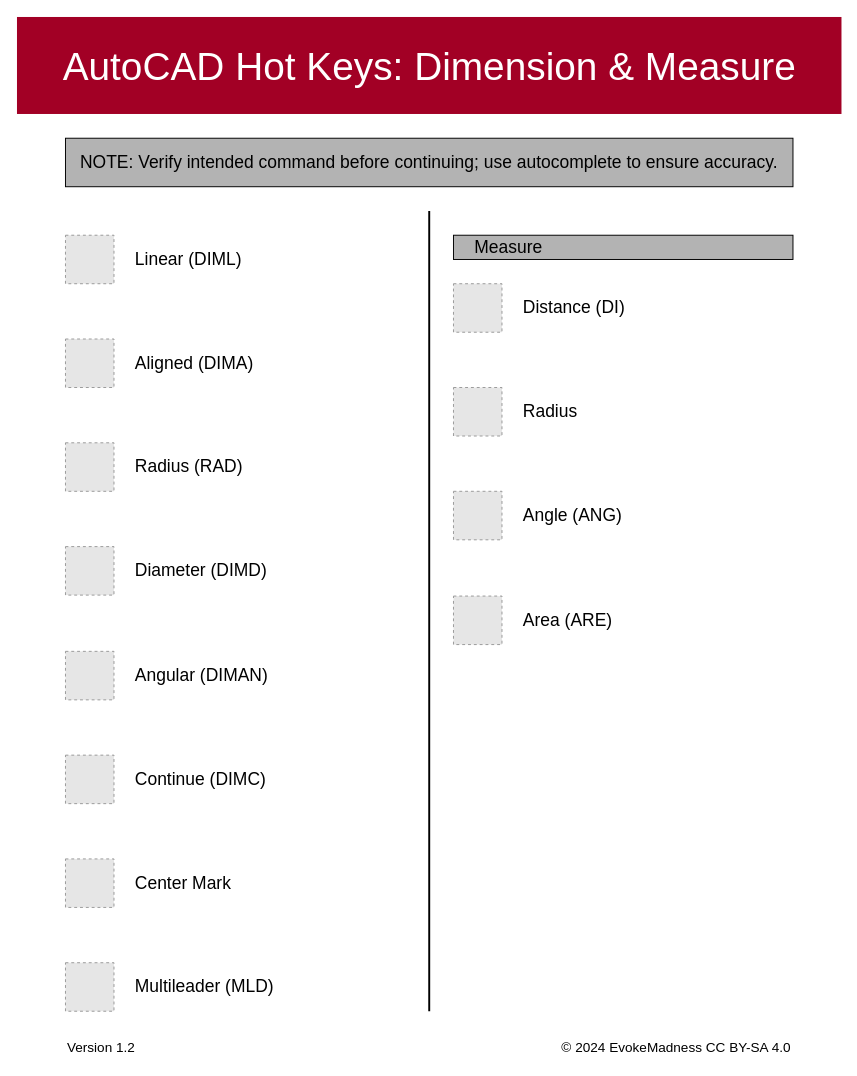
Above: page "Dimension" (3 of 4) of src/drawio/autoCAD-hot-keys.drawio in EvokeMadness/AutoCAD-hot-keys (draw.io), before the change. Source tidied: cells renumbered, new cells numbered last; positions are measured from the earlier drawing's top-left corner, leaving out a move shared by most shapes. Both pictures are drawn from the tidied source at 97%, with x=0, y=0 at pixel (16, 16). Pictures stored in the file or linked from it are replaced by grey dashed boxes.
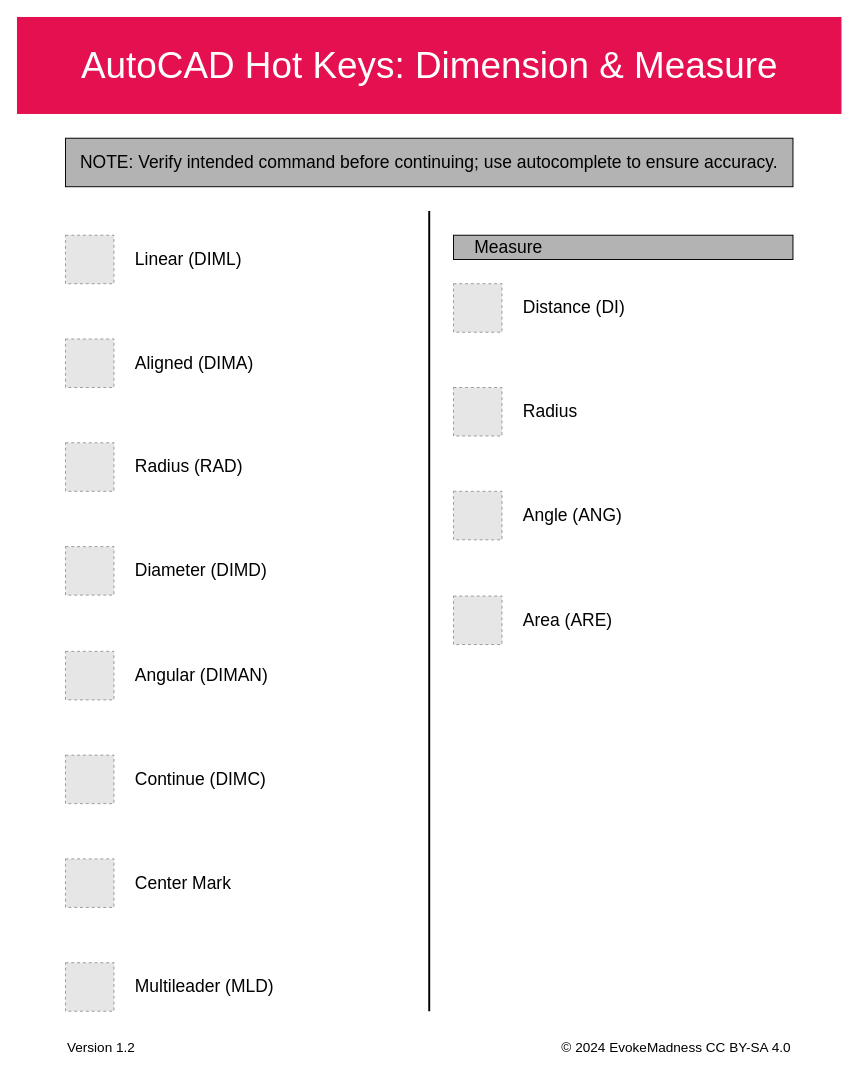
Above is the later version.

Diff of the diagram source:
```diff
@@
-    <mxCell id="2" value="&lt;span style=&quot;font-weight: normal&quot;&gt;&lt;font&gt;AutoCAD Hot Keys: &lt;/font&gt;&lt;font&gt;Dimension &amp;amp; Measure&lt;/font&gt;&lt;/span&gt;" style="text;strokeColor=none;fillColor=#a20025;html=1;fontSize=40;fontStyle=1;verticalAlign=middle;align=center;fontFamily=Helvetica;spacingLeft=0;fontColor=#FFFFFF;" parent="1" vertex="1">
+    <mxCell id="2" value="&lt;span style=&quot;font-weight: normal&quot;&gt;&lt;font&gt;AutoCAD Hot Keys: &lt;/font&gt;&lt;font&gt;Dimension &amp;amp; Measure&lt;/font&gt;&lt;/span&gt;" style="text;strokeColor=none;fillColor=#E51050;html=1;fontSize=38;fontStyle=1;verticalAlign=middle;align=center;fontFamily=Helvetica;spacingLeft=0;fontColor=#FFFFFF;" parent="1" vertex="1">
       <mxGeometry width="850" height="100" as="geometry" />
     </mxCell>
```
